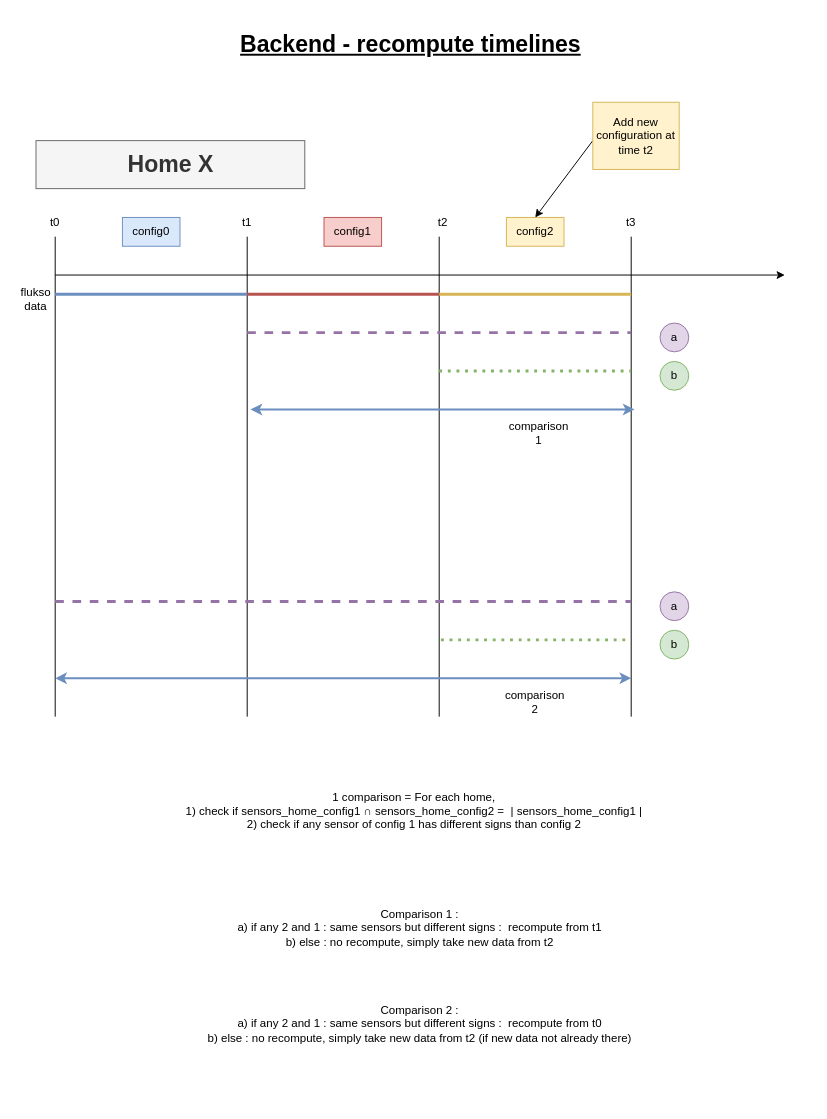
Earlier version of the draw.io diagram page "timeline_recompute" (12 of 12) of documentation/documentation_diagrams.drawio (AlexandreHnf/Voisin-d-energie-ULB). Source tidied: cells renumbered, new cells numbered last; positions are measured from the earlier drawing's top-left corner, leaving out a move shared by most shapes. Both pictures are drawn from the tidied source at 96%, with x=0, y=0 at pixel (16, 25).
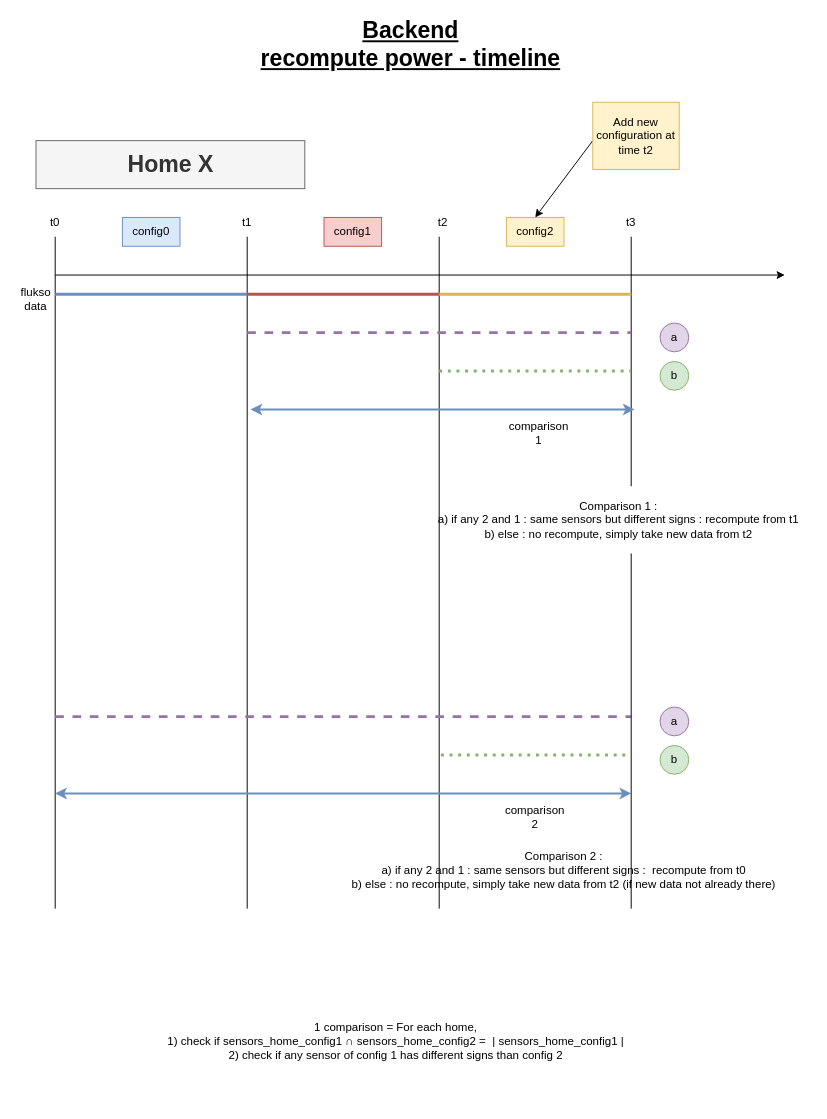
After the change.

Commit message (it also covers changes not shown here):
doc : update timeline doc (raw, config & recompute

What changed in the source:
```diff
@@
-    <mxCell id="2" value="Backend - recompute timelines" style="text;strokeColor=none;fillColor=none;html=1;fontSize=24;fontStyle=5;verticalAlign=middle;align=center;" parent="1" vertex="1">
+    <mxCell id="2" value="&lt;div&gt;Backend&lt;/div&gt;&lt;div&gt;recompute power - timeline&lt;/div&gt;" style="text;strokeColor=none;fillColor=none;html=1;fontSize=24;fontStyle=5;verticalAlign=middle;align=center;" parent="1" vertex="1">
       <mxGeometry x="280" width="260" height="40" as="geometry" />
     </mxCell>
@@
     <mxCell id="7" style="endArrow=none;html=1;rounded=0;" parent="1" edge="1">
       <mxGeometry relative="1" as="geometry">
-        <mxPoint x="40" y="720" as="sourcePoint" />
+        <mxPoint x="40" y="920" as="sourcePoint" />
         <mxPoint x="40" y="220" as="targetPoint" />
       </mxGeometry>
     </mxCell>
     <mxCell id="8" style="endArrow=none;html=1;rounded=0;" parent="1" edge="1">
       <mxGeometry relative="1" as="geometry">
-        <mxPoint x="240" y="720" as="sourcePoint" />
+        <mxPoint x="240" y="920" as="sourcePoint" />
         <mxPoint x="240" y="220" as="targetPoint" />
       </mxGeometry>
     </mxCell>
     <mxCell id="9" style="endArrow=none;html=1;rounded=0;" parent="1" edge="1">
       <mxGeometry relative="1" as="geometry">
-        <mxPoint x="440" y="720" as="sourcePoint" />
+        <mxPoint x="440" y="920" as="sourcePoint" />
         <mxPoint x="440" y="220" as="targetPoint" />
       </mxGeometry>
     </mxCell>
-    <mxCell id="10" style="endArrow=none;html=1;rounded=0;" parent="1" edge="1">
+    <mxCell id="10" style="endArrow=none;html=1;rounded=0;startArrow=none;" parent="1" edge="1">
       <mxGeometry relative="1" as="geometry">
-        <mxPoint x="640" y="720" as="sourcePoint" />
+        <mxPoint x="640" y="480" as="sourcePoint" />
         <mxPoint x="640" y="220" as="targetPoint" />
       </mxGeometry>
     </mxCell>
@@
     <mxCell id="19" style="endArrow=classic;startArrow=classic;html=1;rounded=0;strokeWidth=2;fillColor=#dae8fc;strokeColor=#6c8ebf;" parent="1" edge="1">
       <mxGeometry relative="1" as="geometry">
-        <mxPoint x="40" y="680" as="sourcePoint" />
-        <mxPoint x="640" y="680" as="targetPoint" />
+        <mxPoint x="40" y="800" as="sourcePoint" />
+        <mxPoint x="640" y="800" as="targetPoint" />
       </mxGeometry>
     </mxCell>
@@
     <mxCell id="21" value="comparison 2" style="text;html=1;strokeColor=none;fillColor=none;align=center;verticalAlign=middle;whiteSpace=wrap;rounded=0;" parent="1" vertex="1">
-      <mxGeometry x="510" y="690" width="60" height="30" as="geometry" />
+      <mxGeometry x="510" y="810" width="60" height="30" as="geometry" />
     </mxCell>
@@
     <mxCell id="25" value="&lt;div&gt;1 comparison = For each home, &lt;br&gt;&lt;/div&gt;&lt;div&gt;1) check if sensors_home_config1 &lt;span class=&quot;nowrap&quot;&gt;∩ sensors_home_config2 =&amp;nbsp; | sensors_home_config1 |&lt;/span&gt;&lt;/div&gt;&lt;div&gt;&lt;span class=&quot;nowrap&quot;&gt;2) check if any sensor of config 1 has different signs than config 2&lt;br&gt;&lt;/span&gt;&lt;/div&gt;&lt;div&gt;&lt;span class=&quot;nowrap&quot;&gt;&lt;br&gt;&lt;/span&gt;&lt;/div&gt;&lt;div&gt;&lt;span class=&quot;nowrap&quot;&gt;&lt;br&gt;&lt;/span&gt;&lt;/div&gt;&lt;br&gt;&lt;div&gt;&lt;span class=&quot;nowrap&quot;&gt;&lt;/span&gt;&lt;/div&gt;" style="text;html=1;strokeColor=none;fillColor=none;align=center;verticalAlign=middle;whiteSpace=wrap;rounded=0;" parent="1" vertex="1">
-      <mxGeometry x="74" y="800" width="680" height="80" as="geometry" />
+      <mxGeometry x="70" y="1070" width="650" height="20" as="geometry" />
     </mxCell>
@@
     <mxCell id="28" style="endArrow=none;html=1;rounded=0;strokeWidth=3;fillColor=#d5e8d4;strokeColor=#82b366;dashed=1;dashPattern=1 2;" parent="1" edge="1">
       <mxGeometry relative="1" as="geometry">
-        <mxPoint x="441.8" y="640" as="sourcePoint" />
-        <mxPoint x="638.2" y="640" as="targetPoint" />
+        <mxPoint x="441.8" y="760" as="sourcePoint" />
+        <mxPoint x="638.2" y="760" as="targetPoint" />
       </mxGeometry>
     </mxCell>
     <mxCell id="29" style="endArrow=none;html=1;rounded=0;strokeWidth=3;fillColor=#e1d5e7;strokeColor=#9673a6;dashed=1;" parent="1" edge="1">
       <mxGeometry relative="1" as="geometry">
-        <mxPoint x="40" y="600" as="sourcePoint" />
-        <mxPoint x="640" y="600" as="targetPoint" />
+        <mxPoint x="40" y="720" as="sourcePoint" />
+        <mxPoint x="640" y="720" as="targetPoint" />
       </mxGeometry>
     </mxCell>
@@
     <mxCell id="33" value="a" style="ellipse;whiteSpace=wrap;html=1;fillColor=#e1d5e7;strokeColor=#9673a6;" parent="1" vertex="1">
-      <mxGeometry x="670" y="590" width="30" height="30" as="geometry" />
+      <mxGeometry x="670" y="710" width="30" height="30" as="geometry" />
     </mxCell>
     <mxCell id="34" value="b" style="ellipse;whiteSpace=wrap;html=1;fillColor=#d5e8d4;strokeColor=#82b366;" parent="1" vertex="1">
-      <mxGeometry x="670" y="630" width="30" height="30" as="geometry" />
+      <mxGeometry x="670" y="750" width="30" height="30" as="geometry" />
     </mxCell>
+    <mxCell id="36" value="Comparison 2 : &lt;br&gt;&lt;div&gt;&lt;span class=&quot;nowrap&quot;&gt;a) if any 2 and 1 : same sensors but different signs :&amp;nbsp; recompute from t0&lt;/span&gt;&lt;/div&gt;&lt;div&gt;&lt;span class=&quot;nowrap&quot;&gt;b) else : no recompute, simply take new data from t2 (if new data not already there)&lt;br&gt;&lt;/span&gt;&lt;/div&gt;" style="text;html=1;strokeColor=none;fillColor=none;align=center;verticalAlign=middle;whiteSpace=wrap;rounded=0;" parent="1" vertex="1">
+      <mxGeometry x="320" y="850" width="500" height="60" as="geometry" />
+    </mxCell>
-    <mxCell id="35" value="Comparison 1 : &lt;br&gt;&lt;div&gt;&lt;span class=&quot;nowrap&quot;&gt;a) if any 2 and 1 : same sensors but different signs :&amp;nbsp; recompute from t1&lt;/span&gt;&lt;/div&gt;&lt;div&gt;&lt;span class=&quot;nowrap&quot;&gt;b) else : no recompute, simply take new data from t2&lt;/span&gt;&lt;/div&gt;" style="text;html=1;strokeColor=none;fillColor=none;align=center;verticalAlign=middle;whiteSpace=wrap;rounded=0;" parent="1" vertex="1">
-      <mxGeometry x="170" y="910" width="500" height="60" as="geometry" />
+    <mxCell id="35" value="Comparison 1 : &lt;br&gt;&lt;div&gt;&lt;span class=&quot;nowrap&quot;&gt;a) if any 2 and 1 : same sensors but different signs : recompute from t1&lt;/span&gt;&lt;/div&gt;&lt;div&gt;&lt;span class=&quot;nowrap&quot;&gt;b) else : no recompute, simply take new data from t2&lt;/span&gt;&lt;/div&gt;" style="text;html=1;strokeColor=none;fillColor=none;align=center;verticalAlign=middle;whiteSpace=wrap;rounded=0;" parent="1" vertex="1">
+      <mxGeometry x="427" y="485" width="400" height="60" as="geometry" />
     </mxCell>
-    <mxCell id="36" value="Comparison 2 : &lt;br&gt;&lt;div&gt;&lt;span class=&quot;nowrap&quot;&gt;a) if any 2 and 1 : same sensors but different signs :&amp;nbsp; recompute from t0&lt;/span&gt;&lt;/div&gt;&lt;div&gt;&lt;span class=&quot;nowrap&quot;&gt;b) else : no recompute, simply take new data from t2 (if new data not already there)&lt;br&gt;&lt;/span&gt;&lt;/div&gt;" style="text;html=1;strokeColor=none;fillColor=none;align=center;verticalAlign=middle;whiteSpace=wrap;rounded=0;" parent="1" vertex="1">
-      <mxGeometry x="170" y="1010" width="500" height="60" as="geometry" />
-    </mxCell>
+    <mxCell id="37" style="endArrow=none;html=1;rounded=0;" parent="1" edge="1">
+      <mxGeometry relative="1" as="geometry">
+        <mxPoint x="640" y="920" as="sourcePoint" />
+        <mxPoint x="640" y="550" as="targetPoint" />
+      </mxGeometry>
+    </mxCell>
```
